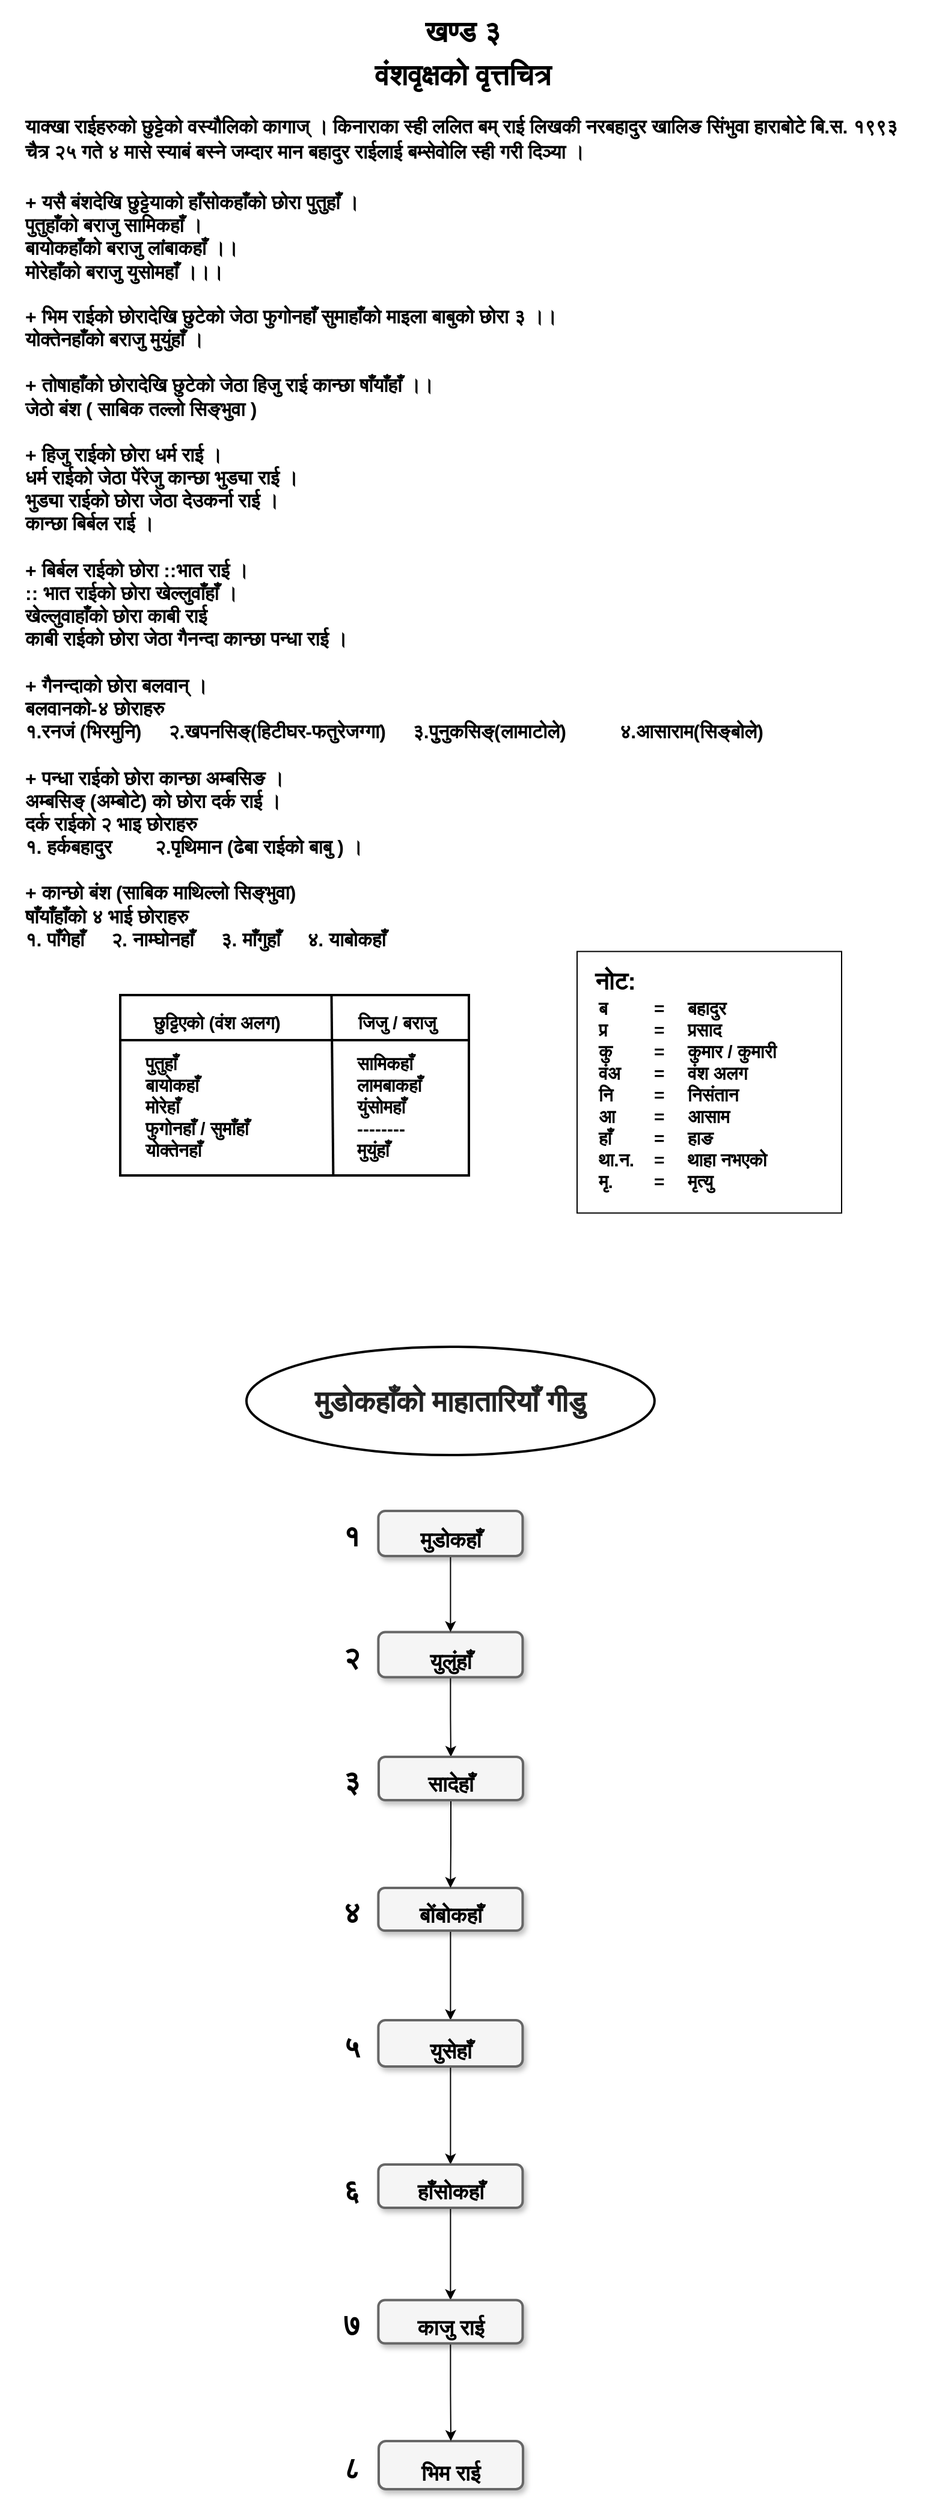
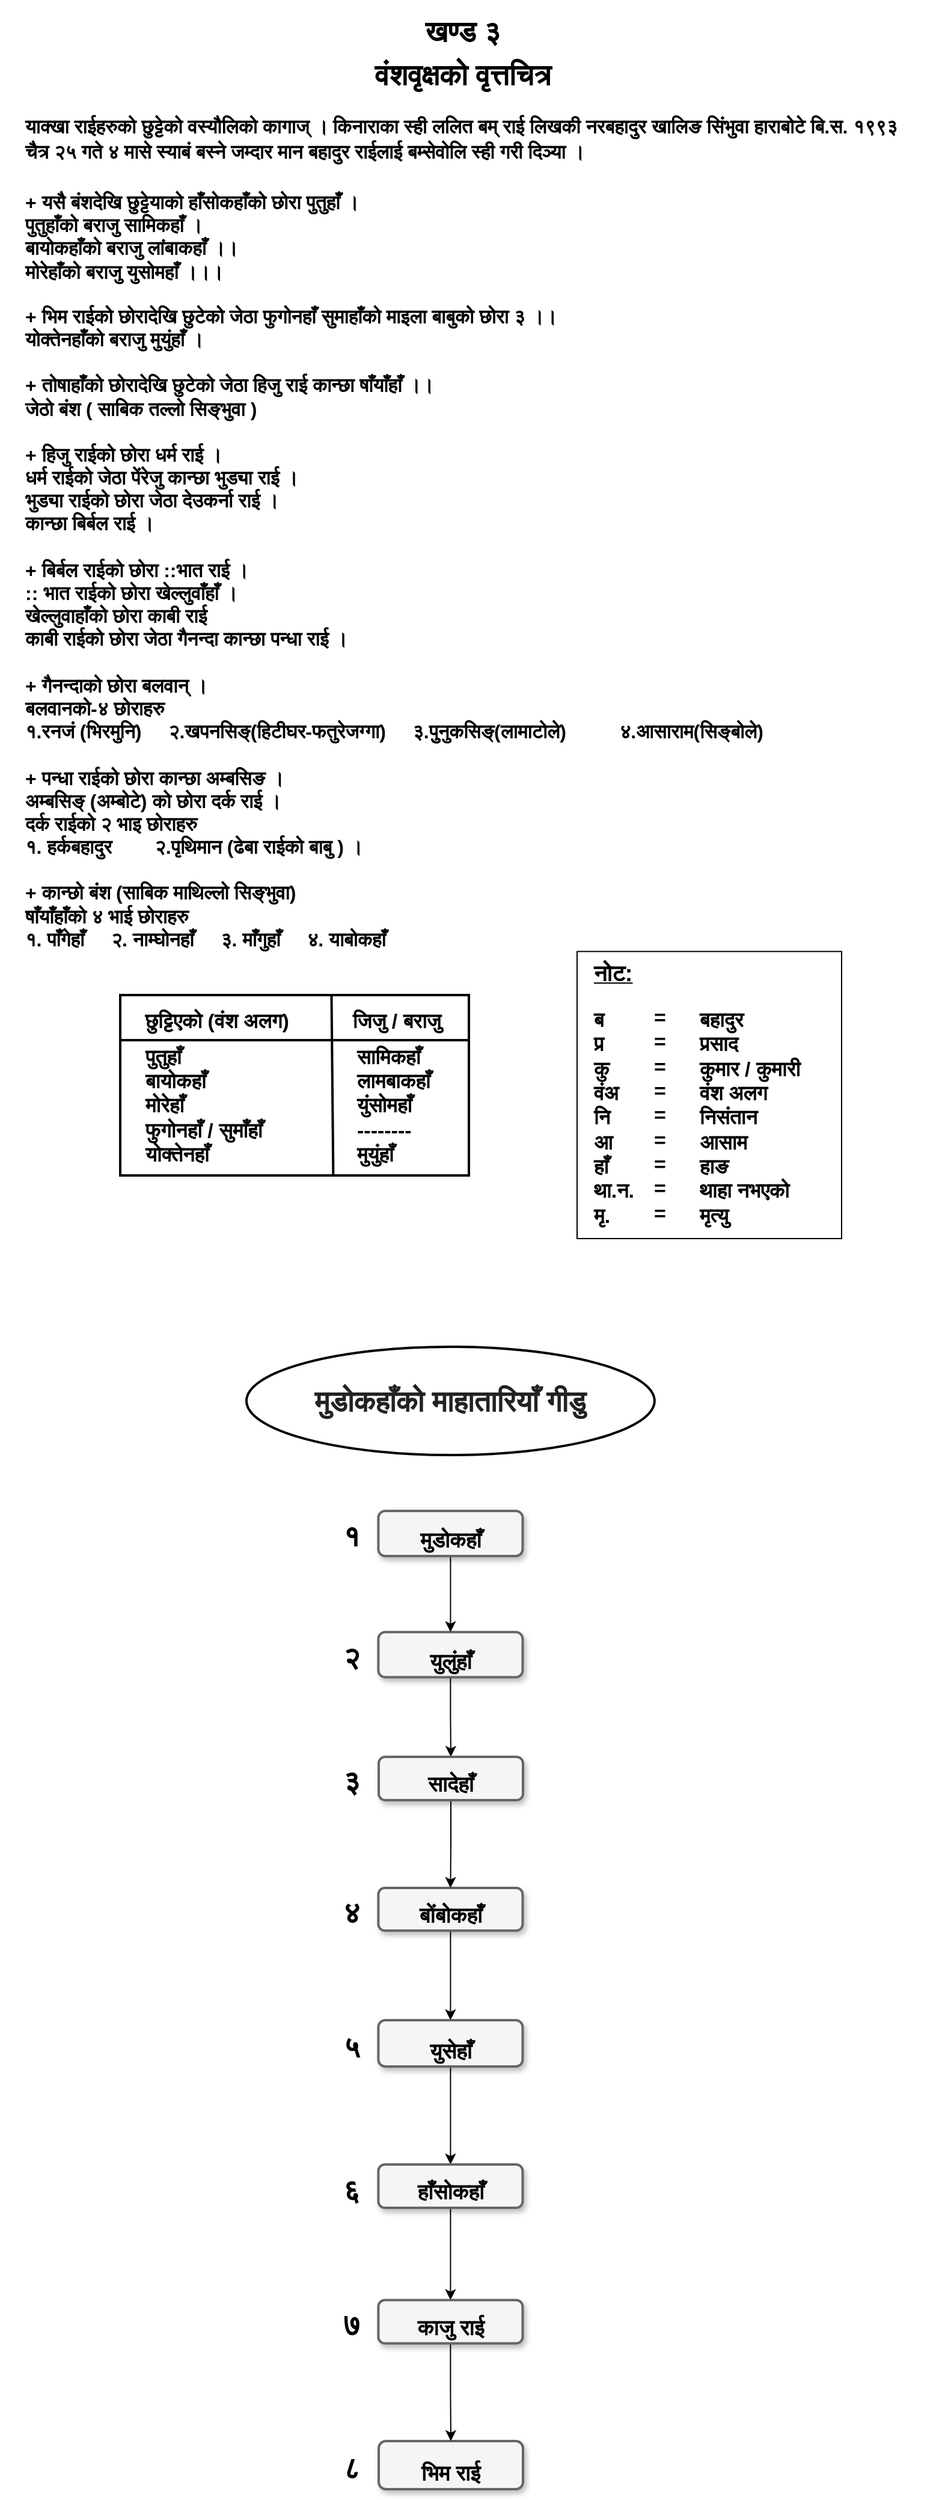
<mxfile host="app.diagrams.net">
  <diagram name="Page-1" id="8f1rnoJ54imUJZ3Wqrcn">
-     <mxGraphModel dx="1751" dy="1147" grid="1" gridSize="10" guides="1" tooltips="1" connect="1" arrows="1" fold="1" page="1" pageScale="1" pageWidth="850" pageHeight="1100" math="0" shadow="0">
+     <mxGraphModel dx="1051" dy="688" grid="1" gridSize="10" guides="1" tooltips="1" connect="1" arrows="1" fold="1" page="1" pageScale="1" pageWidth="850" pageHeight="1100" math="0" shadow="0">
      <root>
        <mxCell id="0" />
        <mxCell id="1" parent="0" />
        <mxCell id="NBtEsrI96ws6vpRakEqm-1" parent="1" style="rounded=0;whiteSpace=wrap;html=1;" value="" vertex="1">
-           <mxGeometry height="217.5" width="220" x="530" y="821.25" as="geometry" />
+           <mxGeometry height="238.75" width="220" x="530" y="821.25" as="geometry" />
        </mxCell>
        <mxCell id="NBtEsrI96ws6vpRakEqm-2" parent="1" style="text;whiteSpace=wrap;html=1;align=left;fontSize=15;verticalAlign=bottom;fontStyle=1;strokeWidth=2;" value="&lt;font style=&quot;line-height: 1.3;&quot;&gt;&lt;br&gt;&lt;font style=&quot;font-size: 16px;&quot;&gt;याक्खा राईहरुको छुट्टेको वस्यौलिको कागाज् । किनाराका स्ही ललित बम् राई लिखकी नरबहादुर खालिङ सिंभुवा हाराबोटे बि.स. १९९३ चैत्र २५ गते ४ मासे स्याबं बस्ने जम्दार मान बहादुर राईलाई बम्सेवोलि स्ही गरी दिञ्या ।&lt;/font&gt;&lt;/font&gt;" vertex="1">
          <mxGeometry height="70" width="740" x="69.39" y="100" as="geometry" />
        </mxCell>
        <mxCell id="NBtEsrI96ws6vpRakEqm-3" parent="1" style="text;whiteSpace=wrap;html=1;align=left;fontSize=15;verticalAlign=bottom;fontStyle=1;strokeWidth=2;" value="&lt;div&gt;&lt;font style=&quot;font-size: 16px;&quot;&gt;+ यसै बंशदेखि छुट्टेयाको हाँसोकहाँको छोरा पुतुहाँ ।&lt;/font&gt;&lt;/div&gt;&lt;div&gt;&lt;font style=&quot;font-size: 16px;&quot;&gt;पुतुहाँको बराजु सामिकहाँ ।&lt;/font&gt;&lt;/div&gt;&lt;div&gt;&lt;font style=&quot;font-size: 16px;&quot;&gt;बायोकहाँको बराजु लांबाकहाँ ।।&lt;/font&gt;&lt;/div&gt;&lt;div&gt;&lt;font style=&quot;font-size: 16px;&quot;&gt;मोरेहाँको बराजु युसोमहाँ ।।।&lt;/font&gt;&lt;/div&gt;&lt;div&gt;&lt;br&gt;&lt;/div&gt;&lt;div&gt;&lt;font style=&quot;font-size: 16px;&quot;&gt;+ भिम राईको छोरादेखि छुटेको जेठा फुगोनहाँ सुमाहाँको माइला बाबुको छोरा ३ ।।&lt;/font&gt;&lt;/div&gt;&lt;div&gt;&lt;font style=&quot;font-size: 16px;&quot;&gt;योक्तेनहाँको बराजु मुयुंहाँ ।&lt;/font&gt;&lt;/div&gt;&lt;div&gt;&lt;font style=&quot;font-size: 16px;&quot;&gt;&lt;br&gt;&lt;/font&gt;&lt;/div&gt;&lt;div&gt;&lt;font style=&quot;font-size: 16px;&quot;&gt;+ तोषाहाँको छोरादेखि छुटेको जेठा हिजु राई कान्छा षाँयाँहाँ ।।&lt;/font&gt;&lt;/div&gt;&lt;div&gt;&lt;font style=&quot;font-size: 16px;&quot;&gt;जेठो बंश ( साबिक तल्लो सिङ्भुवा )&lt;/font&gt;&lt;/div&gt;&lt;div&gt;&lt;font style=&quot;font-size: 16px;&quot;&gt;&lt;br&gt;&lt;/font&gt;&lt;/div&gt;&lt;div&gt;&lt;font style=&quot;font-size: 16px;&quot;&gt;+ हिजु राईको छोरा धर्म राई ।&lt;/font&gt;&lt;/div&gt;&lt;div&gt;&lt;font style=&quot;font-size: 16px;&quot;&gt;धर्म राईको जेठा पेंरेजु कान्छा भुड्या राई ।&lt;/font&gt;&lt;/div&gt;&lt;div&gt;&lt;font style=&quot;font-size: 16px;&quot;&gt;भुड्या राईको छोरा जेठा देउकर्ना राई ।&lt;/font&gt;&lt;/div&gt;&lt;div&gt;&lt;font style=&quot;font-size: 16px;&quot;&gt;कान्छा बिर्बल राई ।&lt;/font&gt;&lt;/div&gt;&lt;div&gt;&lt;font style=&quot;font-size: 16px;&quot;&gt;&lt;br&gt;&lt;/font&gt;&lt;/div&gt;&lt;div&gt;&lt;font style=&quot;font-size: 16px;&quot;&gt;+ बिर्बल राईको छोरा ::भात राई ।&lt;/font&gt;&lt;/div&gt;&lt;div&gt;&lt;font style=&quot;font-size: 16px;&quot;&gt;:: भात राईको छोरा खेल्लुवाँहाँ ।&lt;/font&gt;&lt;/div&gt;&lt;div&gt;&lt;font style=&quot;font-size: 16px;&quot;&gt;खेल्लुवाहाँको छोरा काबी राई&amp;nbsp;&lt;/font&gt;&lt;/div&gt;&lt;div&gt;&lt;font style=&quot;font-size: 16px;&quot;&gt;काबी राईको छोरा जेठा गैनन्दा कान्छा पन्धा राई ।&lt;/font&gt;&lt;/div&gt;&lt;div&gt;&lt;font style=&quot;font-size: 16px;&quot;&gt;&lt;br&gt;&lt;/font&gt;&lt;/div&gt;&lt;div&gt;&lt;font style=&quot;font-size: 16px;&quot;&gt;+ गैनन्दाको छोरा बलवान् ।&lt;/font&gt;&lt;/div&gt;&lt;div&gt;&lt;font style=&quot;font-size: 16px;&quot;&gt;बलवानको-४ छोराहरु&lt;/font&gt;&lt;/div&gt;&lt;div&gt;&lt;font style=&quot;font-size: 16px;&quot;&gt;१.रनजं (भिरमुनि)&amp;nbsp; &amp;nbsp; &amp;nbsp;२.खपनसिङ्(हिटीघर-फतुरेजग्गा)&amp;nbsp; &amp;nbsp; &amp;nbsp;३.&lt;/font&gt;&lt;span style=&quot;font-size: 16px; background-color: transparent; color: light-dark(rgb(0, 0, 0), rgb(255, 255, 255));&quot;&gt;पुुनुकसिङ्(लामाटोले)&lt;/span&gt;&lt;span style=&quot;font-size: 16px;&quot;&gt;&amp;nbsp; &amp;nbsp; &amp;nbsp; &amp;nbsp; &amp;nbsp;&amp;nbsp;&lt;/span&gt;&lt;span style=&quot;font-size: 16px; background-color: transparent; color: light-dark(rgb(0, 0, 0), rgb(255, 255, 255));&quot;&gt;४.आसाराम(सिङ्बोले)&lt;/span&gt;&lt;/div&gt;&lt;div&gt;&lt;font style=&quot;font-size: 16px;&quot;&gt;&lt;br&gt;&lt;/font&gt;&lt;/div&gt;&lt;div&gt;&lt;font style=&quot;font-size: 16px;&quot;&gt;+ पन्धा राईको छोरा कान्छा अम्बसिङ ।&lt;/font&gt;&lt;/div&gt;&lt;div&gt;&lt;font style=&quot;font-size: 16px;&quot;&gt;अम्बसिङ् (अम्बोटे) को छोरा दर्क राई ।&lt;/font&gt;&lt;/div&gt;&lt;div&gt;&lt;font style=&quot;font-size: 16px;&quot;&gt;दर्क राईको २ भाइ छोराहरु&lt;/font&gt;&lt;/div&gt;&lt;div&gt;&lt;font style=&quot;font-size: 16px;&quot;&gt;१. हर्कबहादुर&amp;nbsp; &amp;nbsp; &amp;nbsp; &amp;nbsp; २.पृथिमान (ढेबा राईको बाबु ) ।&lt;/font&gt;&lt;/div&gt;&lt;div&gt;&lt;font style=&quot;font-size: 16px;&quot;&gt;&lt;br&gt;&lt;/font&gt;&lt;/div&gt;&lt;div&gt;&lt;font style=&quot;font-size: 16px;&quot;&gt;+ कान्छो बंश (साबिक माथिल्लो सिङ्भुवा)&lt;/font&gt;&lt;/div&gt;&lt;div&gt;&lt;font style=&quot;font-size: 16px;&quot;&gt;षाँयाँहाँको ४ भाई छोराहरु&amp;nbsp;&lt;/font&gt;&lt;/div&gt;&lt;div&gt;&lt;font style=&quot;font-size: 16px;&quot;&gt;१. पाँगेहाँ&amp;nbsp; &amp;nbsp; &amp;nbsp;२. नाम्घोनहाँ&amp;nbsp; &amp;nbsp; &amp;nbsp;३. माँगुहाँ&amp;nbsp; &amp;nbsp; &amp;nbsp;४. याबोकहाँ&amp;nbsp;&lt;/font&gt;&lt;/div&gt;" vertex="1">
          <mxGeometry height="692.5" width="770.61" x="69.39" y="130" as="geometry" />
        </mxCell>
        <mxCell id="NBtEsrI96ws6vpRakEqm-4" parent="1" style="text;whiteSpace=wrap;html=1;fontSize=30;align=center;strokeWidth=2;" value="&lt;b&gt;&lt;font style=&quot;font-size: 24px;&quot;&gt;खण्ड ३&lt;/font&gt;&lt;/b&gt;&lt;div&gt;&lt;b&gt;&lt;font style=&quot;font-size: 24px;&quot;&gt;वंशवृक्षको वृत्तचित्र&lt;/font&gt;&lt;/b&gt;&lt;/div&gt;" vertex="1">
          <mxGeometry height="50" width="770" x="50" y="30" as="geometry" />
        </mxCell>
-         <mxCell id="NBtEsrI96ws6vpRakEqm-5" parent="1" style="rounded=0;whiteSpace=wrap;html=1;fontSize=15;align=left;fontStyle=1;strokeWidth=2;" value="" vertex="1">
+         <mxCell id="NBtEsrI96ws6vpRakEqm-5" parent="1" style="rounded=0;whiteSpace=wrap;html=1;fontSize=17;align=left;fontStyle=1;strokeWidth=2;" value="" vertex="1">
          <mxGeometry height="150" width="290" x="150" y="857.5" as="geometry" />
        </mxCell>
-         <mxCell id="NBtEsrI96ws6vpRakEqm-6" parent="1" style="text;html=1;align=center;verticalAlign=middle;resizable=0;points=[];autosize=1;strokeColor=none;fillColor=none;fontSize=15;fontStyle=1;strokeWidth=2;" value="&lt;span style=&quot;font-size: 15px;&quot;&gt;छुट्टिएको (&lt;/span&gt;&lt;span style=&quot;font-size: 15px;&quot;&gt;&lt;span style=&quot;font-size: 15px;&quot;&gt;वंश अलग&lt;/span&gt;&lt;/span&gt;&lt;span style=&quot;font-size: 15px;&quot;&gt;)&lt;/span&gt;" vertex="1">
-           <mxGeometry height="20" width="140" x="160" y="870" as="geometry" />
+         <mxCell id="NBtEsrI96ws6vpRakEqm-6" parent="1" style="text;html=1;align=center;verticalAlign=middle;resizable=0;points=[];autosize=1;strokeColor=none;fillColor=none;fontSize=17;fontStyle=1;strokeWidth=2;" value="&lt;span&gt;छुट्टिएको (&lt;/span&gt;&lt;span&gt;&lt;span&gt;वंश अलग&lt;/span&gt;&lt;/span&gt;&lt;span&gt;)&lt;/span&gt;" vertex="1">
+           <mxGeometry height="30" width="160" x="150" y="865" as="geometry" />
        </mxCell>
-         <mxCell id="NBtEsrI96ws6vpRakEqm-7" parent="1" style="text;html=1;align=center;verticalAlign=middle;resizable=0;points=[];autosize=1;strokeColor=none;fillColor=none;fontSize=15;fontStyle=1;strokeWidth=2;" value="&lt;span style=&quot;font-size: 15px;&quot;&gt;जिजु / बराजु&amp;nbsp;&lt;/span&gt;" vertex="1">
-           <mxGeometry height="20" width="100" x="332.07000000000016" y="870" as="geometry" />
+         <mxCell id="NBtEsrI96ws6vpRakEqm-7" parent="1" style="text;html=1;align=center;verticalAlign=middle;resizable=0;points=[];autosize=1;strokeColor=none;fillColor=none;fontSize=17;fontStyle=1;strokeWidth=2;" value="&lt;span&gt;जिजु / बराजु&amp;nbsp;&lt;/span&gt;" vertex="1">
+           <mxGeometry height="30" width="110" x="327.07000000000016" y="865" as="geometry" />
        </mxCell>
-         <mxCell id="NBtEsrI96ws6vpRakEqm-8" parent="1" style="text;html=1;align=left;verticalAlign=middle;resizable=0;points=[];autosize=1;strokeColor=none;fillColor=none;fontSize=15;fontStyle=1;strokeWidth=2;" value="&lt;span style=&quot;font-family: calibri, sans-serif; font-size: 15px; text-align: center;&quot;&gt;पुत्लुङहाँ&lt;br style=&quot;font-size: 15px;&quot;&gt;&lt;/span&gt;बायोकहॅा&lt;br style=&quot;font-size: 15px;&quot;&gt;मोरेहाँ&amp;nbsp;&lt;br style=&quot;font-size: 15px;&quot;&gt;फुगोनहाँ/सुमाँहाँ&lt;br style=&quot;font-size: 15px;&quot;&gt;योक्तेनहाँ" vertex="1">
-           <mxGeometry height="100" width="110" x="169.38999999999987" y="900.25" as="geometry" />
+         <mxCell id="NBtEsrI96ws6vpRakEqm-8" parent="1" style="text;html=1;align=left;verticalAlign=middle;resizable=0;points=[];autosize=1;strokeColor=none;fillColor=none;fontSize=17;fontStyle=1;strokeWidth=2;" value="&lt;span style=&quot;font-family: calibri, sans-serif; text-align: center;&quot;&gt;पुत्लुङहाँ&lt;br&gt;&lt;/span&gt;बायोकहॅा&lt;br&gt;मोरेहाँ&amp;nbsp;&lt;br&gt;फुगोनहाँ/सुमाँहाँ&lt;br&gt;योक्तेनहाँ" vertex="1">
+           <mxGeometry height="120" width="130" x="169.38999999999987" y="890.25" as="geometry" />
        </mxCell>
-         <mxCell id="NBtEsrI96ws6vpRakEqm-9" parent="1" style="text;html=1;strokeColor=none;fillColor=none;align=left;verticalAlign=middle;whiteSpace=wrap;rounded=0;fontSize=15;fontStyle=1;strokeWidth=2;" value="सामिकहाँ&lt;br style=&quot;font-size: 15px;&quot;&gt;लामबाकहॅा&lt;br style=&quot;font-size: 15px;&quot;&gt;युंसोमहाँ&lt;br style=&quot;font-size: 15px;&quot;&gt;&lt;span style=&quot;font-size: 15px;&quot;&gt;--------&lt;br style=&quot;font-size: 15px;&quot;&gt;&lt;/span&gt;मुयुंहाँ" vertex="1">
+         <mxCell id="NBtEsrI96ws6vpRakEqm-9" parent="1" style="text;html=1;strokeColor=none;fillColor=none;align=left;verticalAlign=middle;whiteSpace=wrap;rounded=0;fontSize=17;fontStyle=1;strokeWidth=2;" value="सामिकहाँ&lt;br&gt;लामबाकहॅा&lt;br&gt;युंसोमहाँ&lt;br&gt;&lt;span&gt;--------&lt;br&gt;&lt;/span&gt;मुयुंहाँ" vertex="1">
          <mxGeometry height="47.5" width="120.01" x="344.9899999999998" y="926.5" as="geometry" />
        </mxCell>
-         <mxCell id="NBtEsrI96ws6vpRakEqm-10" edge="1" parent="1" source="NBtEsrI96ws6vpRakEqm-5" style="endArrow=none;html=1;rounded=0;fontSize=15;entryX=0.606;entryY=0.001;entryDx=0;entryDy=0;entryPerimeter=0;exitX=0.611;exitY=0.999;exitDx=0;exitDy=0;exitPerimeter=0;fontStyle=1;strokeWidth=2;" target="NBtEsrI96ws6vpRakEqm-5" value="">
+         <mxCell id="NBtEsrI96ws6vpRakEqm-10" edge="1" parent="1" source="NBtEsrI96ws6vpRakEqm-5" style="endArrow=none;html=1;rounded=0;fontSize=17;entryX=0.606;entryY=0.001;entryDx=0;entryDy=0;entryPerimeter=0;exitX=0.611;exitY=0.999;exitDx=0;exitDy=0;exitPerimeter=0;fontStyle=1;strokeWidth=2;" target="NBtEsrI96ws6vpRakEqm-5" value="">
          <mxGeometry height="50" relative="1" width="50" as="geometry">
            <mxPoint x="365.3600000000001" y="1100" as="sourcePoint" />
            <mxPoint x="172.36000000000013" y="940" as="targetPoint" />
          </mxGeometry>
        </mxCell>
-         <mxCell id="NBtEsrI96ws6vpRakEqm-11" parent="1" style="text;html=1;align=left;verticalAlign=middle;resizable=0;points=[];autosize=1;strokeColor=none;fillColor=none;fontSize=15;fontStyle=1;strokeWidth=2;" value="&lt;div&gt;&lt;span style=&quot;background-color: transparent; color: light-dark(rgb(0, 0, 0), rgb(255, 255, 255));&quot;&gt;ब&amp;nbsp; &amp;nbsp; &amp;nbsp; &amp;nbsp;&lt;/span&gt;&lt;/div&gt;&lt;div style=&quot;&quot;&gt;&lt;div style=&quot;font-size: 15px;&quot;&gt;प्र&amp;nbsp; &amp;nbsp; &amp;nbsp; &amp;nbsp;&lt;/div&gt;&lt;div style=&quot;font-size: 15px;&quot;&gt;कु&amp;nbsp; &amp;nbsp; &amp;nbsp;&amp;nbsp;&lt;/div&gt;&lt;div style=&quot;font-size: 15px;&quot;&gt;वंअ&amp;nbsp; &amp;nbsp;&amp;nbsp;&lt;/div&gt;&lt;div style=&quot;font-size: 15px;&quot;&gt;नि&amp;nbsp; &amp;nbsp; &amp;nbsp;&lt;/div&gt;&lt;div style=&quot;font-size: 15px;&quot;&gt;आ&amp;nbsp;&amp;nbsp;&lt;/div&gt;&lt;div style=&quot;font-size: 15px;&quot;&gt;हाँ&amp;nbsp; &amp;nbsp;&lt;/div&gt;&lt;div style=&quot;font-size: 15px;&quot;&gt;था.न.&lt;/div&gt;&lt;div style=&quot;&quot;&gt;मृ&lt;span style=&quot;background-color: transparent; color: light-dark(rgb(0, 0, 0), rgb(255, 255, 255));&quot;&gt;.&lt;/span&gt;&lt;/div&gt;&lt;/div&gt;&lt;div style=&quot;font-size: 15px;&quot;&gt;&lt;br&gt;&lt;/div&gt;" vertex="1">
-           <mxGeometry height="190" width="60" x="545.7899999999995" y="853.75" as="geometry" />
+         <mxCell id="NBtEsrI96ws6vpRakEqm-11" parent="1" style="text;html=1;align=left;verticalAlign=middle;resizable=0;points=[];autosize=1;strokeColor=none;fillColor=none;fontSize=17;fontStyle=1;strokeWidth=2;" value="&lt;div&gt;&lt;span style=&quot;background-color: transparent; color: light-dark(rgb(0, 0, 0), rgb(255, 255, 255));&quot;&gt;ब&amp;nbsp; &amp;nbsp; &amp;nbsp; &amp;nbsp;&lt;/span&gt;&lt;/div&gt;&lt;div&gt;&lt;div&gt;प्र&amp;nbsp; &amp;nbsp; &amp;nbsp; &amp;nbsp;&lt;/div&gt;&lt;div&gt;कु&amp;nbsp; &amp;nbsp; &amp;nbsp;&amp;nbsp;&lt;/div&gt;&lt;div&gt;वंअ&amp;nbsp; &amp;nbsp;&amp;nbsp;&lt;/div&gt;&lt;div&gt;नि&amp;nbsp; &amp;nbsp; &amp;nbsp;&lt;/div&gt;&lt;div&gt;आ&amp;nbsp;&amp;nbsp;&lt;/div&gt;&lt;div&gt;हाँ&amp;nbsp; &amp;nbsp;&lt;/div&gt;&lt;div&gt;था.न.&lt;/div&gt;&lt;div&gt;मृ&lt;span style=&quot;background-color: transparent; color: light-dark(rgb(0, 0, 0), rgb(255, 255, 255));&quot;&gt;.&lt;/span&gt;&lt;/div&gt;&lt;/div&gt;" vertex="1">
+           <mxGeometry height="200" width="70" x="542.4099999999995" y="860" as="geometry" />
        </mxCell>
-         <mxCell id="NBtEsrI96ws6vpRakEqm-12" edge="1" parent="1" source="NBtEsrI96ws6vpRakEqm-5" style="endArrow=none;html=1;rounded=0;fontSize=15;exitX=1;exitY=0.25;exitDx=0;exitDy=0;entryX=0;entryY=0.25;entryDx=0;entryDy=0;strokeWidth=2;" target="NBtEsrI96ws6vpRakEqm-5" value="">
+         <mxCell id="NBtEsrI96ws6vpRakEqm-12" edge="1" parent="1" source="NBtEsrI96ws6vpRakEqm-5" style="endArrow=none;html=1;rounded=0;fontSize=17;exitX=1;exitY=0.25;exitDx=0;exitDy=0;entryX=0;entryY=0.25;entryDx=0;entryDy=0;strokeWidth=2;" target="NBtEsrI96ws6vpRakEqm-5" value="">
          <mxGeometry height="50" relative="1" width="50" as="geometry">
            <mxPoint x="10" y="1037.5" as="sourcePoint" />
            <mxPoint x="60" y="987.5" as="targetPoint" />
          </mxGeometry>
        </mxCell>
-         <mxCell id="NBtEsrI96ws6vpRakEqm-13" parent="1" style="rounded=0;whiteSpace=wrap;html=1;fontSize=15;align=left;fontStyle=1;strokeWidth=2;" value="" vertex="1">
+         <mxCell id="NBtEsrI96ws6vpRakEqm-13" parent="1" style="rounded=0;whiteSpace=wrap;html=1;fontSize=17;align=left;fontStyle=1;strokeWidth=2;" value="" vertex="1">
          <mxGeometry height="150" width="290" x="150" y="857.5" as="geometry" />
        </mxCell>
-         <mxCell id="NBtEsrI96ws6vpRakEqm-14" parent="1" style="text;html=1;align=center;verticalAlign=middle;resizable=0;points=[];autosize=1;strokeColor=none;fillColor=none;fontSize=15;fontStyle=1;strokeWidth=2;" value="&lt;span style=&quot;font-size: 15px;&quot;&gt;छुट्टिएको (&lt;/span&gt;&lt;span style=&quot;font-size: 15px;&quot;&gt;&lt;span style=&quot;font-size: 15px;&quot;&gt;वंश अलग&lt;/span&gt;&lt;/span&gt;&lt;span style=&quot;font-size: 15px;&quot;&gt;)&lt;/span&gt;" vertex="1">
-           <mxGeometry height="20" width="140" x="160" y="870" as="geometry" />
+         <mxCell id="NBtEsrI96ws6vpRakEqm-14" parent="1" style="text;html=1;align=center;verticalAlign=middle;resizable=0;points=[];autosize=1;strokeColor=none;fillColor=none;fontSize=17;fontStyle=1;strokeWidth=2;" value="&lt;span&gt;छुट्टिएको (&lt;/span&gt;&lt;span&gt;&lt;span&gt;वंश अलग&lt;/span&gt;&lt;/span&gt;&lt;span&gt;)&lt;/span&gt;" vertex="1">
+           <mxGeometry height="30" width="160" x="150" y="865" as="geometry" />
        </mxCell>
-         <mxCell id="NBtEsrI96ws6vpRakEqm-15" parent="1" style="text;html=1;align=center;verticalAlign=middle;resizable=0;points=[];autosize=1;strokeColor=none;fillColor=none;fontSize=15;fontStyle=1;strokeWidth=2;" value="&lt;span style=&quot;font-size: 15px;&quot;&gt;जिजु / बराजु&amp;nbsp;&lt;/span&gt;" vertex="1">
-           <mxGeometry height="20" width="100" x="332.07000000000016" y="870" as="geometry" />
+         <mxCell id="NBtEsrI96ws6vpRakEqm-15" parent="1" style="text;html=1;align=center;verticalAlign=middle;resizable=0;points=[];autosize=1;strokeColor=none;fillColor=none;fontSize=17;fontStyle=1;strokeWidth=2;" value="&lt;span&gt;जिजु / बराजु&amp;nbsp;&lt;/span&gt;" vertex="1">
+           <mxGeometry height="30" width="110" x="327.07000000000016" y="865" as="geometry" />
        </mxCell>
-         <mxCell id="NBtEsrI96ws6vpRakEqm-16" parent="1" style="text;html=1;align=left;verticalAlign=middle;resizable=0;points=[];autosize=1;strokeColor=none;fillColor=none;fontSize=15;fontStyle=1;strokeWidth=2;" value="&lt;span style=&quot;white-space: normal;&quot;&gt;पुतुहाँ&amp;nbsp;&lt;/span&gt;&lt;span style=&quot;font-family: calibri, sans-serif; font-size: 15px; text-align: center;&quot;&gt;&lt;br style=&quot;font-size: 15px;&quot;&gt;&lt;/span&gt;बायोकहाँ&lt;br style=&quot;font-size: 15px;&quot;&gt;मोरेहाँ&amp;nbsp;&lt;br style=&quot;font-size: 15px;&quot;&gt;फुगोनहाँ /&amp;nbsp;सुमाँहाँ&lt;br style=&quot;font-size: 15px;&quot;&gt;योक्तेनहाँ" vertex="1">
-           <mxGeometry height="100" width="120" x="169.38999999999987" y="900.25" as="geometry" />
+         <mxCell id="NBtEsrI96ws6vpRakEqm-16" parent="1" style="text;html=1;align=left;verticalAlign=middle;resizable=0;points=[];autosize=1;strokeColor=none;fillColor=none;fontSize=17;fontStyle=1;strokeWidth=2;" value="&lt;span style=&quot;white-space: normal;&quot;&gt;पुतुहाँ&amp;nbsp;&lt;/span&gt;&lt;span style=&quot;font-family: calibri, sans-serif; text-align: center;&quot;&gt;&lt;br&gt;&lt;/span&gt;बायोकहाँ&lt;br&gt;मोरेहाँ&amp;nbsp;&lt;br&gt;फुगोनहाँ /&amp;nbsp;सुमाँहाँ&lt;br&gt;योक्तेनहाँ" vertex="1">
+           <mxGeometry height="120" width="140" x="169.38999999999987" y="890.25" as="geometry" />
        </mxCell>
-         <mxCell id="NBtEsrI96ws6vpRakEqm-17" parent="1" style="text;html=1;strokeColor=none;fillColor=none;align=left;verticalAlign=middle;whiteSpace=wrap;rounded=0;fontSize=15;fontStyle=1;strokeWidth=2;" value="सामिकहाँ&lt;br style=&quot;font-size: 15px;&quot;&gt;लामबाकहाँ&lt;br style=&quot;font-size: 15px;&quot;&gt;युंसोमहाँ&lt;br style=&quot;font-size: 15px;&quot;&gt;&lt;span style=&quot;font-size: 15px;&quot;&gt;--------&lt;br style=&quot;font-size: 15px;&quot;&gt;&lt;/span&gt;मुयुंहाँ" vertex="1">
+         <mxCell id="NBtEsrI96ws6vpRakEqm-17" parent="1" style="text;html=1;strokeColor=none;fillColor=none;align=left;verticalAlign=middle;whiteSpace=wrap;rounded=0;fontSize=17;fontStyle=1;strokeWidth=2;" value="सामिकहाँ&lt;br&gt;लामबाकहाँ&lt;br&gt;युंसोमहाँ&lt;br&gt;&lt;span&gt;--------&lt;br&gt;&lt;/span&gt;मुयुंहाँ" vertex="1">
          <mxGeometry height="47.5" width="120.01" x="344.9899999999998" y="926.5" as="geometry" />
        </mxCell>
-         <mxCell id="NBtEsrI96ws6vpRakEqm-18" edge="1" parent="1" source="NBtEsrI96ws6vpRakEqm-13" style="endArrow=none;html=1;rounded=0;fontSize=15;entryX=0.606;entryY=0.001;entryDx=0;entryDy=0;entryPerimeter=0;exitX=0.611;exitY=0.999;exitDx=0;exitDy=0;exitPerimeter=0;fontStyle=1;strokeWidth=2;" target="NBtEsrI96ws6vpRakEqm-13" value="">
+         <mxCell id="NBtEsrI96ws6vpRakEqm-18" edge="1" parent="1" source="NBtEsrI96ws6vpRakEqm-13" style="endArrow=none;html=1;rounded=0;fontSize=17;entryX=0.606;entryY=0.001;entryDx=0;entryDy=0;entryPerimeter=0;exitX=0.611;exitY=0.999;exitDx=0;exitDy=0;exitPerimeter=0;fontStyle=1;strokeWidth=2;" target="NBtEsrI96ws6vpRakEqm-13" value="">
          <mxGeometry height="50" relative="1" width="50" as="geometry">
            <mxPoint x="365.3600000000001" y="1100" as="sourcePoint" />
            <mxPoint x="172.36000000000013" y="940" as="targetPoint" />
          </mxGeometry>
        </mxCell>
-         <mxCell id="NBtEsrI96ws6vpRakEqm-19" edge="1" parent="1" source="NBtEsrI96ws6vpRakEqm-13" style="endArrow=none;html=1;rounded=0;fontSize=15;exitX=1;exitY=0.25;exitDx=0;exitDy=0;entryX=0;entryY=0.25;entryDx=0;entryDy=0;strokeWidth=2;" target="NBtEsrI96ws6vpRakEqm-13" value="">
+         <mxCell id="NBtEsrI96ws6vpRakEqm-19" edge="1" parent="1" source="NBtEsrI96ws6vpRakEqm-13" style="endArrow=none;html=1;rounded=0;fontSize=17;exitX=1;exitY=0.25;exitDx=0;exitDy=0;entryX=0;entryY=0.25;entryDx=0;entryDy=0;strokeWidth=2;" target="NBtEsrI96ws6vpRakEqm-13" value="">
          <mxGeometry height="50" relative="1" width="50" as="geometry">
            <mxPoint x="10" y="1037.5" as="sourcePoint" />
            <mxPoint x="60" y="987.5" as="targetPoint" />
          </mxGeometry>
        </mxCell>
-         <mxCell id="NBtEsrI96ws6vpRakEqm-20" parent="1" style="text;html=1;align=left;verticalAlign=middle;resizable=0;points=[];autosize=1;strokeColor=none;fillColor=none;fontSize=15;fontStyle=1;strokeWidth=2;" value="&lt;div&gt;&lt;span style=&quot;background-color: transparent; color: light-dark(rgb(0, 0, 0), rgb(255, 255, 255));&quot;&gt;बहादुर&lt;/span&gt;&lt;/div&gt;&lt;div style=&quot;&quot;&gt;&lt;div style=&quot;font-size: 15px;&quot;&gt;प्रसाद&lt;/div&gt;&lt;div style=&quot;font-size: 15px;&quot;&gt;कुमार / कुमारी&lt;/div&gt;&lt;div style=&quot;font-size: 15px;&quot;&gt;वंश अलग&lt;/div&gt;&lt;div style=&quot;font-size: 15px;&quot;&gt;निसंतान&lt;/div&gt;&lt;div style=&quot;font-size: 15px;&quot;&gt;आसाम&lt;/div&gt;&lt;div style=&quot;font-size: 15px;&quot;&gt;हाङ&lt;/div&gt;&lt;div style=&quot;font-size: 15px;&quot;&gt;थाहा नभएको&lt;/div&gt;&lt;div style=&quot;&quot;&gt;मृत्यु&lt;/div&gt;&lt;/div&gt;&lt;div style=&quot;font-size: 15px;&quot;&gt;&lt;br&gt;&lt;/div&gt;" vertex="1">
-           <mxGeometry height="190" width="110" x="620" y="853.75" as="geometry" />
+         <mxCell id="NBtEsrI96ws6vpRakEqm-20" parent="1" style="text;html=1;align=left;verticalAlign=middle;resizable=0;points=[];autosize=1;strokeColor=none;fillColor=none;fontSize=17;fontStyle=1;strokeWidth=2;" value="&lt;div&gt;&lt;span style=&quot;background-color: transparent; color: light-dark(rgb(0, 0, 0), rgb(255, 255, 255));&quot;&gt;बहादुर&lt;/span&gt;&lt;/div&gt;&lt;div&gt;&lt;div&gt;प्रसाद&lt;/div&gt;&lt;div&gt;कुमार / कुमारी&lt;/div&gt;&lt;div&gt;वंश अलग&lt;/div&gt;&lt;div&gt;निसंतान&lt;/div&gt;&lt;div&gt;आसाम&lt;/div&gt;&lt;div&gt;हाङ&lt;/div&gt;&lt;div&gt;थाहा नभएको&lt;/div&gt;&lt;div&gt;मृत्यु&lt;/div&gt;&lt;/div&gt;" vertex="1">
+           <mxGeometry height="200" width="120" x="630" y="860" as="geometry" />
        </mxCell>
-         <mxCell id="NBtEsrI96ws6vpRakEqm-21" parent="1" style="text;html=1;align=left;verticalAlign=middle;resizable=0;points=[];autosize=1;strokeColor=none;fillColor=none;fontSize=15;fontStyle=1;strokeWidth=2;" value="&lt;div style=&quot;line-height: 0%;&quot;&gt;&lt;font style=&quot;font-size: 20px;&quot;&gt;नोट:&lt;/font&gt;&lt;/div&gt;&lt;div style=&quot;font-size: 15px;&quot;&gt;&lt;span style=&quot;font-size: 15px;&quot;&gt;&lt;br&gt;&lt;/span&gt;&lt;/div&gt;&lt;div style=&quot;font-size: 15px;&quot;&gt;&lt;div&gt;&lt;br&gt;&lt;/div&gt;&lt;/div&gt;" vertex="1">
-           <mxGeometry height="50" width="60" x="543.3799999999997" y="838.75" as="geometry" />
+         <mxCell id="NBtEsrI96ws6vpRakEqm-21" parent="1" style="text;html=1;align=left;verticalAlign=middle;resizable=0;points=[];autosize=1;strokeColor=none;fillColor=none;fontSize=17;fontStyle=1;strokeWidth=2;" value="&lt;div style=&quot;line-height: 0%;&quot;&gt;&lt;font style=&quot;font-size: 19px;&quot;&gt;&lt;u&gt;नोट:&lt;/u&gt;&lt;/font&gt;&lt;/div&gt;&lt;div&gt;&lt;br&gt;&lt;/div&gt;" vertex="1">
+           <mxGeometry height="30" width="60" x="542.4099999999996" y="835" as="geometry" />
        </mxCell>
-         <mxCell id="NBtEsrI96ws6vpRakEqm-22" parent="1" style="text;html=1;align=left;verticalAlign=middle;resizable=0;points=[];autosize=1;strokeColor=none;fillColor=none;fontSize=15;fontStyle=1;strokeWidth=2;" value="&lt;div&gt;=&lt;/div&gt;&lt;div&gt;=&lt;/div&gt;&lt;div&gt;=&lt;/div&gt;&lt;div&gt;=&lt;/div&gt;&lt;div&gt;=&lt;/div&gt;&lt;div&gt;=&lt;/div&gt;&lt;div&gt;=&lt;/div&gt;&lt;div&gt;=&lt;/div&gt;&lt;div&gt;=&lt;/div&gt;&lt;div&gt;&lt;br&gt;&lt;/div&gt;" vertex="1">
-           <mxGeometry height="190" width="30" x="592.4099999999999" y="853.75" as="geometry" />
+         <mxCell id="NBtEsrI96ws6vpRakEqm-22" parent="1" style="text;html=1;align=left;verticalAlign=middle;resizable=0;points=[];autosize=1;strokeColor=none;fillColor=none;fontSize=17;fontStyle=1;strokeWidth=2;" value="&lt;div&gt;=&lt;/div&gt;&lt;div&gt;=&lt;/div&gt;&lt;div&gt;=&lt;/div&gt;&lt;div&gt;=&lt;/div&gt;&lt;div&gt;=&lt;/div&gt;&lt;div&gt;=&lt;/div&gt;&lt;div&gt;=&lt;/div&gt;&lt;div&gt;=&lt;/div&gt;&lt;div&gt;=&lt;/div&gt;" vertex="1">
+           <mxGeometry height="200" width="30" x="592.4099999999999" y="857.5" as="geometry" />
        </mxCell>
        <mxCell id="HC7JwPmeRxHDK6S5ApcA-7" edge="1" parent="1" source="fXanKe78MrKRruurNkE3-110" style="edgeStyle=orthogonalEdgeStyle;rounded=0;orthogonalLoop=1;jettySize=auto;html=1;" target="fXanKe78MrKRruurNkE3-116" value="">
          <mxGeometry relative="1" as="geometry" />
        </mxCell>
        <mxCell id="fXanKe78MrKRruurNkE3-110" parent="1" style="whiteSpace=wrap;html=1;rounded=1;shadow=1;strokeWidth=2;fontSize=18;align=center;fillColor=#f5f5f5;strokeColor=#666666;verticalAlign=bottom;fontStyle=1" value="&lt;p class=&quot;MsoNormal&quot; style=&quot;margin-bottom: 0.0001pt; line-height: normal;&quot;&gt;&lt;span style=&quot;line-height: 107%; font-family: calibri, sans-serif;&quot;&gt;बोंबोकहाँ&lt;/span&gt;&lt;br&gt;&lt;/p&gt;" vertex="1">
          <mxGeometry height="35.5" width="120" x="364.71000000000026" y="1600" as="geometry" />
        </mxCell>
        <mxCell id="HC7JwPmeRxHDK6S5ApcA-5" edge="1" parent="1" source="fXanKe78MrKRruurNkE3-114" style="edgeStyle=orthogonalEdgeStyle;rounded=0;orthogonalLoop=1;jettySize=auto;html=1;" target="fXanKe78MrKRruurNkE3-141" value="">
          <mxGeometry relative="1" as="geometry" />
        </mxCell>
        <mxCell id="fXanKe78MrKRruurNkE3-114" parent="1" style="whiteSpace=wrap;html=1;rounded=1;shadow=1;strokeWidth=2;fontSize=18;align=center;fillColor=#f5f5f5;strokeColor=#666666;verticalAlign=bottom;fontStyle=1" value="&lt;p class=&quot;MsoNormal&quot; style=&quot;margin-bottom: 0.0001pt; line-height: normal;&quot;&gt;&lt;span style=&quot;line-height: 107%; font-family: calibri, sans-serif;&quot;&gt;युलुंहाँ&lt;/span&gt;&lt;br&gt;&lt;/p&gt;" vertex="1">
          <mxGeometry height="37.5" width="120" x="364.71" y="1387.25" as="geometry" />
        </mxCell>
        <mxCell id="HC7JwPmeRxHDK6S5ApcA-8" edge="1" parent="1" source="fXanKe78MrKRruurNkE3-116" style="edgeStyle=orthogonalEdgeStyle;rounded=0;orthogonalLoop=1;jettySize=auto;html=1;" target="fXanKe78MrKRruurNkE3-147" value="">
          <mxGeometry relative="1" as="geometry" />
        </mxCell>
        <mxCell id="fXanKe78MrKRruurNkE3-116" parent="1" style="whiteSpace=wrap;html=1;rounded=1;shadow=1;strokeWidth=2;fontSize=18;align=center;fillColor=#f5f5f5;strokeColor=#666666;verticalAlign=bottom;fontStyle=1" value="&lt;p class=&quot;MsoNormal&quot; style=&quot;margin-bottom: 0.0001pt; line-height: normal;&quot;&gt;&lt;span&gt;युसेहाँ&lt;/span&gt;&lt;br&gt;&lt;/p&gt;" vertex="1">
          <mxGeometry height="38.5" width="120" x="364.71000000000015" y="1710" as="geometry" />
        </mxCell>
        <mxCell id="HC7JwPmeRxHDK6S5ApcA-4" edge="1" parent="1" source="fXanKe78MrKRruurNkE3-121" style="edgeStyle=orthogonalEdgeStyle;rounded=0;orthogonalLoop=1;jettySize=auto;html=1;" target="fXanKe78MrKRruurNkE3-114" value="">
          <mxGeometry relative="1" as="geometry" />
        </mxCell>
        <mxCell id="fXanKe78MrKRruurNkE3-121" parent="1" style="whiteSpace=wrap;html=1;rounded=1;shadow=1;strokeWidth=2;fontSize=18;align=center;fillColor=#f5f5f5;strokeColor=#666666;verticalAlign=bottom;fontStyle=1" value="&lt;p class=&quot;MsoNormal&quot; style=&quot;margin-bottom: 0.0001pt; line-height: normal;&quot;&gt;&lt;span&gt;मुडोकहाँ&lt;/span&gt;&lt;br&gt;&lt;/p&gt;" vertex="1">
          <mxGeometry height="37.5" width="120" x="364.71000000000015" y="1286.5" as="geometry" />
        </mxCell>
        <mxCell id="fXanKe78MrKRruurNkE3-125" parent="1" style="whiteSpace=wrap;html=1;rounded=1;shadow=1;strokeWidth=2;fontSize=18;align=center;fillColor=#f5f5f5;strokeColor=#666666;verticalAlign=bottom;fontStyle=1" value="&lt;p class=&quot;MsoNormal&quot; style=&quot;margin-bottom: 0.0001pt; line-height: normal;&quot;&gt;&lt;span style=&quot;line-height: 107%; font-family: calibri, sans-serif;&quot;&gt;भिम राई&lt;/span&gt;&lt;br&gt;&lt;/p&gt;" vertex="1">
          <mxGeometry height="40" width="120" x="365" y="2060" as="geometry" />
        </mxCell>
        <mxCell id="fXanKe78MrKRruurNkE3-126" parent="1" style="ellipse;whiteSpace=wrap;html=1;fontSize=15;fontStyle=0;strokeWidth=2;" value="&lt;span style=&quot;&quot; id=&quot;docs-internal-guid-03e46b9b-7fff-9114-8b67-d3af49b749a7&quot;&gt;&lt;p dir=&quot;ltr&quot; style=&quot;line-height: 1.38; background-color: rgb(255, 255, 255); margin-top: 0pt; margin-bottom: 0pt;&quot;&gt;&lt;span style=&quot;font-family: Arial, sans-serif; color: rgb(34, 34, 34); background-color: transparent; font-variant: normal; vertical-align: baseline; white-space: pre-wrap;&quot;&gt;&lt;font style=&quot;font-size: 24px;&quot;&gt;&lt;b&gt;मुडोकहाँको माहातारियाँ गीडु&lt;/b&gt;&lt;/font&gt;&lt;/span&gt;&lt;/p&gt;&lt;/span&gt;" vertex="1">
          <mxGeometry height="90" width="339.42" x="255" y="1150" as="geometry" />
        </mxCell>
        <mxCell id="fXanKe78MrKRruurNkE3-127" parent="1" style="text;html=1;align=center;verticalAlign=middle;resizable=0;points=[];autosize=1;strokeColor=none;fillColor=none;fontSize=15;fontStyle=1;strokeWidth=2;" value="&lt;div style=&quot;text-align: left&quot;&gt;&lt;br&gt;&lt;/div&gt;" vertex="1">
          <mxGeometry height="30" width="20" x="453.79000000000025" y="1245" as="geometry" />
        </mxCell>
        <mxCell id="HC7JwPmeRxHDK6S5ApcA-6" edge="1" parent="1" source="fXanKe78MrKRruurNkE3-141" style="edgeStyle=orthogonalEdgeStyle;rounded=0;orthogonalLoop=1;jettySize=auto;html=1;" target="fXanKe78MrKRruurNkE3-110" value="">
          <mxGeometry relative="1" as="geometry" />
        </mxCell>
        <mxCell id="fXanKe78MrKRruurNkE3-141" parent="1" style="whiteSpace=wrap;html=1;rounded=1;shadow=1;strokeWidth=2;fontSize=18;align=center;fillColor=#f5f5f5;strokeColor=#666666;verticalAlign=bottom;fontStyle=1" value="&lt;p class=&quot;MsoNormal&quot; style=&quot;margin-bottom: 0.0001pt; line-height: normal;&quot;&gt;&lt;span&gt;सादेहाँ&lt;/span&gt;&lt;br&gt;&lt;/p&gt;" vertex="1">
          <mxGeometry height="36" width="120" x="365.00000000000017" y="1491" as="geometry" />
        </mxCell>
        <mxCell id="HC7JwPmeRxHDK6S5ApcA-9" edge="1" parent="1" source="fXanKe78MrKRruurNkE3-147" style="edgeStyle=orthogonalEdgeStyle;rounded=0;orthogonalLoop=1;jettySize=auto;html=1;" target="fXanKe78MrKRruurNkE3-151" value="">
          <mxGeometry relative="1" as="geometry" />
        </mxCell>
        <mxCell id="fXanKe78MrKRruurNkE3-147" parent="1" style="whiteSpace=wrap;html=1;rounded=1;shadow=1;strokeWidth=2;fontSize=18;align=center;fillColor=#f5f5f5;strokeColor=#666666;verticalAlign=bottom;fontStyle=1" value="&lt;p class=&quot;MsoNormal&quot; style=&quot;margin-bottom: 0.0001pt; line-height: normal;&quot;&gt;&lt;span style=&quot;line-height: 107%; font-family: calibri, sans-serif;&quot;&gt;हाँसोकहाँ&lt;/span&gt;&lt;br&gt;&lt;/p&gt;" vertex="1">
          <mxGeometry height="36" width="120" x="364.7100000000002" y="1830" as="geometry" />
        </mxCell>
        <mxCell id="HC7JwPmeRxHDK6S5ApcA-12" edge="1" parent="1" source="fXanKe78MrKRruurNkE3-151" style="edgeStyle=orthogonalEdgeStyle;rounded=0;orthogonalLoop=1;jettySize=auto;html=1;" target="fXanKe78MrKRruurNkE3-125" value="">
          <mxGeometry relative="1" as="geometry" />
        </mxCell>
        <mxCell id="fXanKe78MrKRruurNkE3-151" parent="1" style="whiteSpace=wrap;html=1;rounded=1;shadow=1;strokeWidth=2;fontSize=18;align=center;fillColor=#f5f5f5;strokeColor=#666666;verticalAlign=bottom;fontStyle=1" value="&lt;p class=&quot;MsoNormal&quot; style=&quot;margin-bottom: 0.0001pt; line-height: normal;&quot;&gt;&lt;span style=&quot;line-height: 107%; font-family: calibri, sans-serif;&quot;&gt;काजु राई&lt;/span&gt;&lt;br&gt;&lt;/p&gt;" vertex="1">
          <mxGeometry height="36" width="120" x="364.71000000000004" y="1942.75" as="geometry" />
        </mxCell>
        <mxCell id="HC7JwPmeRxHDK6S5ApcA-14" parent="1" style="whiteSpace=wrap;html=1;rounded=1;shadow=1;strokeWidth=2;fontSize=18;align=center;fillColor=none;strokeColor=none;verticalAlign=bottom;fontStyle=1;labelBackgroundColor=none;" value="&lt;p class=&quot;MsoNormal&quot; style=&quot;margin-bottom: 0.0001pt; line-height: normal;&quot;&gt;&lt;b style=&quot;font-size: 12px; white-space: nowrap;&quot;&gt;&lt;font style=&quot;font-size: 24px;&quot;&gt;१&lt;/font&gt;&lt;/b&gt;&lt;/p&gt;" vertex="1">
          <mxGeometry height="37.5" width="44.71" x="320.29" y="1286.5" as="geometry" />
        </mxCell>
        <mxCell id="HC7JwPmeRxHDK6S5ApcA-15" parent="1" style="whiteSpace=wrap;html=1;rounded=1;shadow=1;strokeWidth=2;fontSize=18;align=center;fillColor=none;strokeColor=none;verticalAlign=bottom;fontStyle=1;labelBackgroundColor=none;" value="&lt;p class=&quot;MsoNormal&quot; style=&quot;margin-bottom: 0.0001pt; line-height: normal;&quot;&gt;&lt;b style=&quot;font-size: 24px; white-space: nowrap;&quot;&gt;२&lt;/b&gt;&lt;/p&gt;" vertex="1">
          <mxGeometry height="37.5" width="44.71" x="320.29" y="1387.25" as="geometry" />
        </mxCell>
        <mxCell id="HC7JwPmeRxHDK6S5ApcA-16" parent="1" style="whiteSpace=wrap;html=1;rounded=1;shadow=1;strokeWidth=2;fontSize=18;align=center;fillColor=none;strokeColor=none;verticalAlign=bottom;fontStyle=1;labelBackgroundColor=none;" value="&lt;p class=&quot;MsoNormal&quot; style=&quot;margin-bottom: 0.0001pt; line-height: normal;&quot;&gt;&lt;b style=&quot;font-size: 24px; white-space: nowrap;&quot;&gt;३&lt;/b&gt;&lt;/p&gt;" vertex="1">
          <mxGeometry height="37.5" width="44.71" x="320" y="1490.25" as="geometry" />
        </mxCell>
        <mxCell id="HC7JwPmeRxHDK6S5ApcA-17" parent="1" style="whiteSpace=wrap;html=1;rounded=1;shadow=1;strokeWidth=2;fontSize=18;align=center;fillColor=none;strokeColor=none;verticalAlign=bottom;fontStyle=1;labelBackgroundColor=none;" value="&lt;p class=&quot;MsoNormal&quot; style=&quot;margin-bottom: 0.0001pt; line-height: normal;&quot;&gt;&lt;b style=&quot;font-size: 24px; white-space: nowrap;&quot;&gt;४&lt;/b&gt;&lt;/p&gt;" vertex="1">
          <mxGeometry height="37.5" width="44.71" x="320" y="1599" as="geometry" />
        </mxCell>
        <mxCell id="HC7JwPmeRxHDK6S5ApcA-18" parent="1" style="whiteSpace=wrap;html=1;rounded=1;shadow=1;strokeWidth=2;fontSize=18;align=center;fillColor=none;strokeColor=none;verticalAlign=bottom;fontStyle=1;labelBackgroundColor=none;" value="&lt;p class=&quot;MsoNormal&quot; style=&quot;margin-bottom: 0.0001pt; line-height: normal;&quot;&gt;&lt;b style=&quot;font-size: 24px; white-space: nowrap;&quot;&gt;५&lt;/b&gt;&lt;/p&gt;" vertex="1">
          <mxGeometry height="37.5" width="44.71" x="320" y="1711" as="geometry" />
        </mxCell>
        <mxCell id="HC7JwPmeRxHDK6S5ApcA-20" parent="1" style="whiteSpace=wrap;html=1;rounded=1;shadow=1;strokeWidth=2;fontSize=18;align=center;fillColor=none;strokeColor=none;verticalAlign=bottom;fontStyle=1;labelBackgroundColor=none;" value="&lt;p class=&quot;MsoNormal&quot; style=&quot;margin-bottom: 0.0001pt; line-height: normal;&quot;&gt;&lt;b style=&quot;font-size: 24px; white-space: nowrap;&quot;&gt;६&lt;/b&gt;&lt;/p&gt;" vertex="1">
          <mxGeometry height="37.5" width="44.71" x="320.29" y="1830" as="geometry" />
        </mxCell>
        <mxCell id="HC7JwPmeRxHDK6S5ApcA-21" parent="1" style="whiteSpace=wrap;html=1;rounded=1;shadow=1;strokeWidth=2;fontSize=18;align=center;fillColor=none;strokeColor=none;verticalAlign=bottom;fontStyle=1;labelBackgroundColor=none;" value="&lt;p class=&quot;MsoNormal&quot; style=&quot;margin-bottom: 0.0001pt; line-height: normal;&quot;&gt;&lt;b style=&quot;font-size: 24px; white-space: nowrap;&quot;&gt;७&lt;/b&gt;&lt;/p&gt;" vertex="1">
          <mxGeometry height="37.5" width="44.71" x="320.29" y="1942" as="geometry" />
        </mxCell>
        <mxCell id="HC7JwPmeRxHDK6S5ApcA-23" parent="1" style="whiteSpace=wrap;html=1;rounded=1;shadow=1;strokeWidth=2;fontSize=18;align=center;fillColor=none;strokeColor=none;verticalAlign=bottom;fontStyle=1;labelBackgroundColor=none;" value="&lt;p class=&quot;MsoNormal&quot; style=&quot;margin-bottom: 0.0001pt; line-height: normal;&quot;&gt;&lt;b style=&quot;font-size: 24px; white-space: nowrap;&quot;&gt;८&lt;/b&gt;&lt;/p&gt;" vertex="1">
          <mxGeometry height="37.5" width="44.71" x="320.29" y="2061.25" as="geometry" />
        </mxCell>
      </root>
    </mxGraphModel>
  </diagram>
</mxfile>
